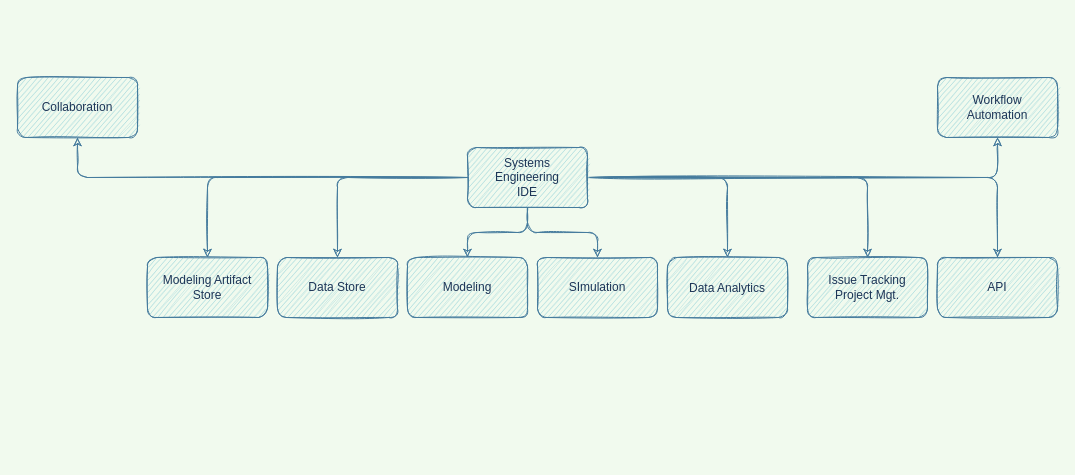
Earlier version of the draw.io diagram page "Systems IDE" (1 of 3) of Diagrams/CIDE_dev.dio (avianinc/jupyter_demos). Source tidied: cells renumbered, new cells numbered last; positions are measured from the earlier drawing's top-left corner, leaving out a move shared by most shapes. Both pictures are drawn from the tidied source at 100%, with x=0, y=0 at pixel (17, 77).
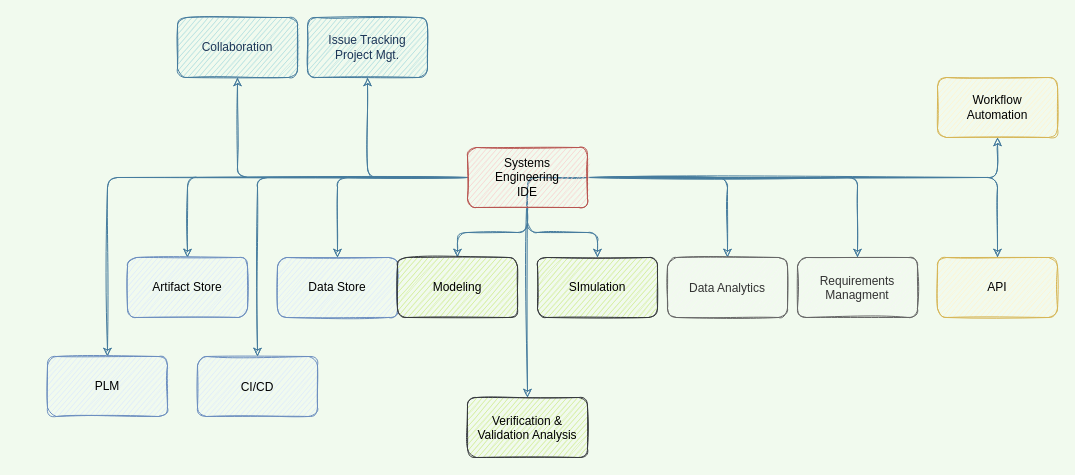
Above is the later version.

Change to the diagram source:
```diff
@@
-    <mxCell id="6" style="edgeStyle=orthogonalEdgeStyle;jettySize=auto;entryX=0.5;entryY=0;entryDx=0;entryDy=0;labelBackgroundColor=#F1FAEE;strokeColor=#457B9D;fontColor=#1D3557;sketch=1;" parent="1" edge="1" source="11" target="15">
+    <mxCell id="6" style="edgeStyle=orthogonalEdgeStyle;jettySize=auto;entryX=0.5;entryY=1;entryDx=0;entryDy=0;labelBackgroundColor=#F1FAEE;strokeColor=#457B9D;fontColor=#1D3557;sketch=1;" parent="1" edge="1" source="11" target="15">
       <mxGeometry relative="1" as="geometry" />
     </mxCell>
@@
+    <mxCell id="23" style="edgeStyle=orthogonalEdgeStyle;curved=0;rounded=1;sketch=1;jettySize=auto;exitX=0;exitY=0.5;exitDx=0;exitDy=0;entryX=0.5;entryY=0;entryDx=0;entryDy=0;fontColor=#1D3557;strokeColor=#457B9D;fillColor=#A8DADC;" parent="1" edge="1" source="11" target="30">
+      <mxGeometry relative="1" as="geometry" />
+    </mxCell>
+    <mxCell id="24" style="edgeStyle=orthogonalEdgeStyle;curved=0;rounded=1;sketch=1;jettySize=auto;fontColor=#1D3557;strokeColor=#457B9D;fillColor=#A8DADC;" parent="1" edge="1" source="11" target="27">
+      <mxGeometry relative="1" as="geometry" />
+    </mxCell>
+    <mxCell id="25" style="edgeStyle=orthogonalEdgeStyle;curved=0;rounded=1;sketch=1;jettySize=auto;exitX=1;exitY=0.5;exitDx=0;exitDy=0;entryX=0.5;entryY=0;entryDx=0;entryDy=0;fontColor=#1D3557;strokeColor=#457B9D;fillColor=#A8DADC;" parent="1" edge="1" source="11" target="28">
+      <mxGeometry relative="1" as="geometry">
+        <Array as="points">
+          <mxPoint x="510" y="100" />
+          <mxPoint x="510" y="320" />
+        </Array>
+      </mxGeometry>
+    </mxCell>
+    <mxCell id="26" style="edgeStyle=orthogonalEdgeStyle;curved=0;rounded=1;sketch=1;jettySize=auto;fontColor=#1D3557;strokeColor=#457B9D;fillColor=#A8DADC;entryX=0.5;entryY=0;entryDx=0;entryDy=0;" parent="1" edge="1" source="11" target="29">
+      <mxGeometry relative="1" as="geometry" />
+    </mxCell>
-    <mxCell id="11" value="Systems&lt;br&gt;Engineering &lt;br&gt;IDE" style="whiteSpace=wrap;html=1;fillColor=#A8DADC;strokeColor=#457B9D;fontColor=#1D3557;rounded=1;sketch=1;" parent="1" vertex="1">
+    <mxCell id="11" value="Systems&lt;br&gt;Engineering &lt;br&gt;IDE" style="whiteSpace=wrap;html=1;fillColor=#f8cecc;strokeColor=#b85450;rounded=1;sketch=1;" parent="1" vertex="1">
       <mxGeometry x="450" y="70" width="120" height="60" as="geometry" />
     </mxCell>
-    <mxCell id="12" value="Data Store" style="whiteSpace=wrap;html=1;fillColor=#A8DADC;strokeColor=#457B9D;fontColor=#1D3557;rounded=1;sketch=1;" parent="1" vertex="1">
+    <mxCell id="12" value="Data Store" style="whiteSpace=wrap;html=1;fillColor=#dae8fc;strokeColor=#6c8ebf;rounded=1;sketch=1;" parent="1" vertex="1">
       <mxGeometry x="260" y="180" width="120" height="60" as="geometry" />
     </mxCell>
-    <mxCell id="13" value="Modeling Artifact Store" style="whiteSpace=wrap;html=1;fillColor=#A8DADC;strokeColor=#457B9D;fontColor=#1D3557;rounded=1;sketch=1;" parent="1" vertex="1">
-      <mxGeometry x="130" y="180" width="120" height="60" as="geometry" />
+    <mxCell id="13" value="Artifact Store" style="whiteSpace=wrap;html=1;fillColor=#dae8fc;strokeColor=#6c8ebf;rounded=1;sketch=1;" parent="1" vertex="1">
+      <mxGeometry x="110" y="180" width="120" height="60" as="geometry" />
     </mxCell>
-    <mxCell id="14" value="Data Analytics" style="fillColor=#A8DADC;strokeColor=#457B9D;fontColor=#1D3557;rounded=1;sketch=1;" parent="1" vertex="1">
+    <mxCell id="14" value="Data Analytics" style="fillColor=#f5f5f5;strokeColor=#666666;fontColor=#333333;rounded=1;sketch=1;" parent="1" vertex="1">
       <mxGeometry x="650" y="180" width="120" height="60" as="geometry" />
     </mxCell>
     <mxCell id="15" value="Issue Tracking&lt;br&gt;Project Mgt." style="whiteSpace=wrap;html=1;fillColor=#A8DADC;strokeColor=#457B9D;fontColor=#1D3557;rounded=1;sketch=1;" parent="1" vertex="1">
-      <mxGeometry x="790" y="180" width="120" height="60" as="geometry" />
+      <mxGeometry x="290" y="-60" width="120" height="60" as="geometry" />
     </mxCell>
-    <mxCell id="16" value="SImulation" style="whiteSpace=wrap;html=1;fillColor=#A8DADC;strokeColor=#457B9D;fontColor=#1D3557;rounded=1;sketch=1;" parent="1" vertex="1">
+    <mxCell id="16" value="SImulation" style="whiteSpace=wrap;html=1;fillColor=#cdeb8b;strokeColor=#36393d;rounded=1;sketch=1;" parent="1" vertex="1">
       <mxGeometry x="520" y="180" width="120" height="60" as="geometry" />
     </mxCell>
-    <mxCell id="17" style="group;fontColor=#1D3557;rounded=1;sketch=1;" parent="1" vertex="1">
-      <mxGeometry x="390" y="100" width="120" height="140" as="geometry" />
-    </mxCell>
-    <mxCell id="18" value="Modeling" style="whiteSpace=wrap;html=1;fillColor=#A8DADC;strokeColor=#457B9D;fontColor=#1D3557;rounded=1;sketch=1;" parent="17" vertex="1">
-      <mxGeometry y="80" width="120" height="60" as="geometry" />
-    </mxCell>
-    <mxCell id="19" style="group;fontColor=#1D3557;rounded=1;sketch=1;" parent="1" vertex="1">
-      <mxGeometry width="120" height="100" as="geometry" />
-    </mxCell>
-    <mxCell id="20" value="Collaboration" style="whiteSpace=wrap;html=1;fillColor=#A8DADC;strokeColor=#457B9D;fontColor=#1D3557;rounded=1;sketch=1;" parent="19" vertex="1">
-      <mxGeometry width="120" height="60" as="geometry" />
-    </mxCell>
-    <mxCell id="21" value="Workflow&lt;br&gt;Automation" style="whiteSpace=wrap;html=1;fillColor=#A8DADC;strokeColor=#457B9D;fontColor=#1D3557;rounded=1;sketch=1;" parent="1" vertex="1">
+    <mxCell id="21" value="Workflow&lt;br&gt;Automation" style="whiteSpace=wrap;html=1;fillColor=#fff2cc;strokeColor=#d6b656;rounded=1;sketch=1;" parent="1" vertex="1">
       <mxGeometry x="920" width="120" height="60" as="geometry" />
     </mxCell>
-    <mxCell id="22" value="API" style="whiteSpace=wrap;html=1;fillColor=#A8DADC;strokeColor=#457B9D;fontColor=#1D3557;rounded=1;sketch=1;" parent="1" vertex="1">
+    <mxCell id="22" value="API" style="whiteSpace=wrap;html=1;fillColor=#fff2cc;strokeColor=#d6b656;rounded=1;sketch=1;" parent="1" vertex="1">
       <mxGeometry x="920" y="180" width="120" height="60" as="geometry" />
     </mxCell>
+    <mxCell id="27" value="Requirements&#10;Managment" style="fillColor=#f5f5f5;strokeColor=#666666;fontColor=#333333;rounded=1;sketch=1;" parent="1" vertex="1">
+      <mxGeometry x="780" y="180" width="120" height="60" as="geometry" />
+    </mxCell>
+    <mxCell id="28" value="Verification &amp; &#10;Validation Analysis" style="fillColor=#cdeb8b;strokeColor=#36393d;rounded=1;sketch=1;" parent="1" vertex="1">
+      <mxGeometry x="450" y="320" width="120" height="60" as="geometry" />
+    </mxCell>
+    <mxCell id="29" value="CI/CD" style="fillColor=#dae8fc;strokeColor=#6c8ebf;rounded=1;sketch=1;" parent="1" vertex="1">
+      <mxGeometry x="180" y="279" width="120" height="60" as="geometry" />
+    </mxCell>
+    <mxCell id="30" value="PLM" style="whiteSpace=wrap;html=1;fillColor=#dae8fc;strokeColor=#6c8ebf;rounded=1;sketch=1;" parent="1" vertex="1">
+      <mxGeometry x="30" y="279" width="120" height="60" as="geometry" />
+    </mxCell>
+    <mxCell id="20" value="Collaboration" style="whiteSpace=wrap;html=1;fillColor=#A8DADC;strokeColor=#457B9D;fontColor=#1D3557;rounded=1;sketch=1;" parent="1" vertex="1">
+      <mxGeometry x="160" y="-60" width="120" height="60" as="geometry" />
+    </mxCell>
+    <mxCell id="18" value="Modeling" style="whiteSpace=wrap;html=1;fillColor=#cdeb8b;strokeColor=#36393d;rounded=1;sketch=1;" parent="1" vertex="1">
+      <mxGeometry x="380" y="180" width="120" height="60" as="geometry" />
+    </mxCell>
```
